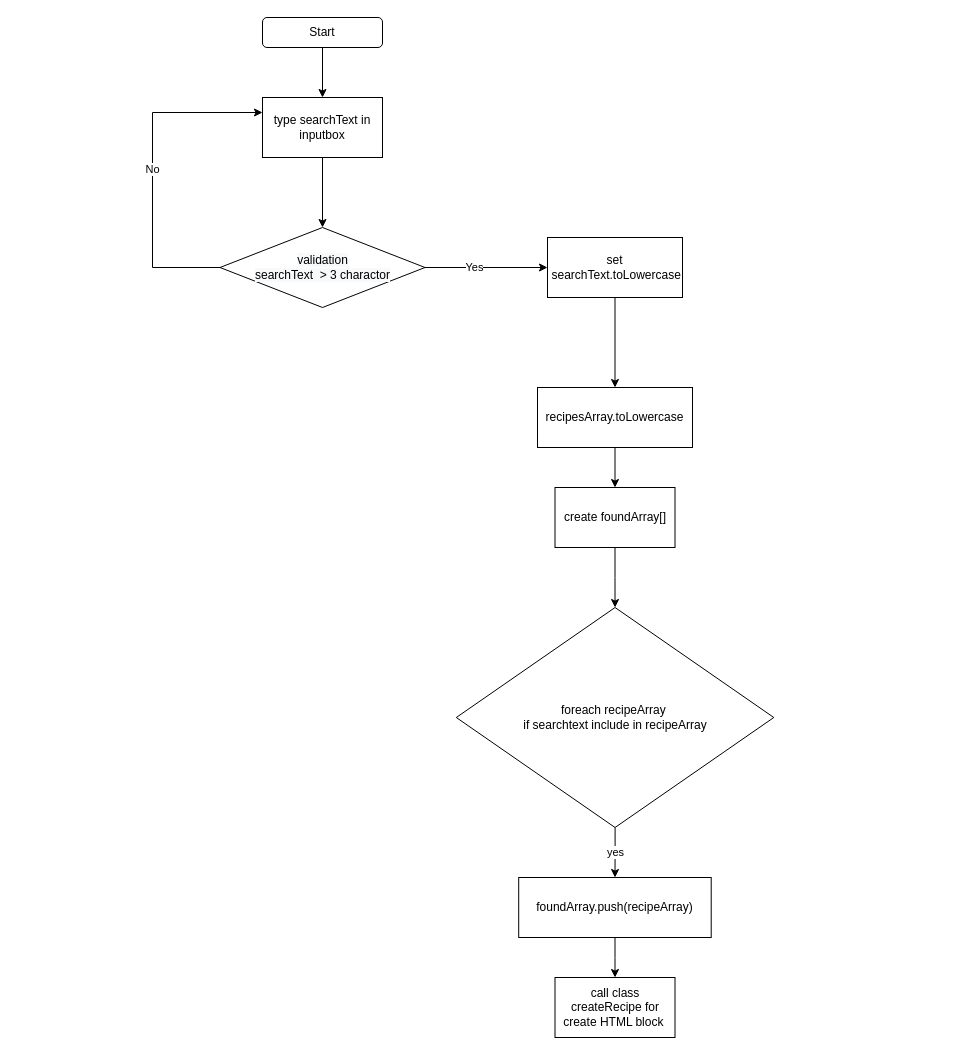
Before: algo1.drawio in Kunkanya/KunkanyaRemmer_7_06052021, a draw.io diagram. Source tidied: cells renumbered, new cells numbered last; positions are measured from the earlier drawing's top-left corner, leaving out a move shared by most shapes. Both pictures are drawn from the tidied source at 100%, with x=0, y=0 at pixel (152, 17).
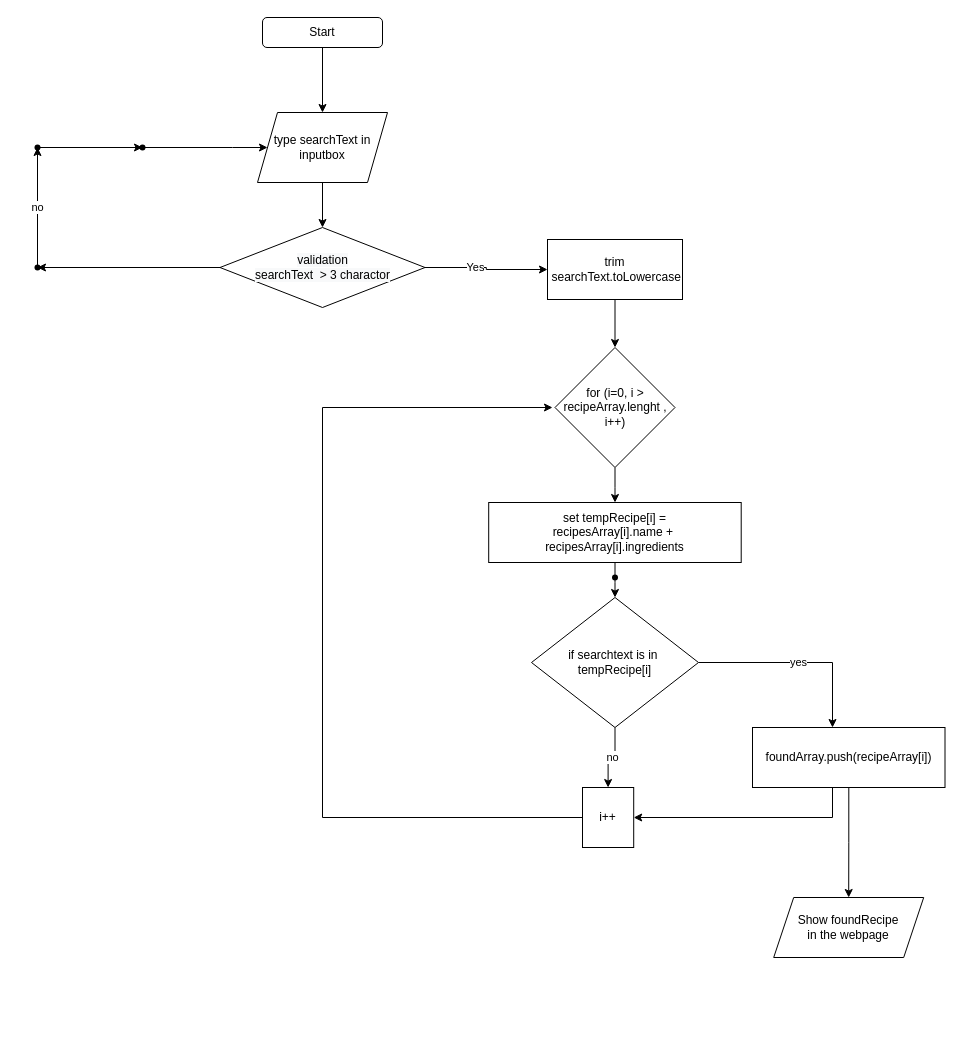
After the change.

Commit message (it also covers changes not shown here):
V12: update function search for Algo1

Unchanged cells that the change refers to:
```xml
<mxCell id="9" value="&lt;span style=&quot;color: rgb(0 , 0 , 0) ; font-family: &amp;#34;helvetica&amp;#34; ; font-size: 12px ; font-style: normal ; font-weight: 400 ; letter-spacing: normal ; text-align: center ; text-indent: 0px ; text-transform: none ; word-spacing: 0px ; background-color: rgb(248 , 249 , 250) ; display: inline ; float: none&quot;&gt;validation&lt;/span&gt;&lt;br style=&quot;color: rgb(0 , 0 , 0) ; font-family: &amp;#34;helvetica&amp;#34; ; font-size: 12px ; font-style: normal ; font-weight: 400 ; letter-spacing: normal ; text-align: center ; text-indent: 0px ; text-transform: none ; word-spacing: 0px ; background-color: rgb(248 , 249 , 250)&quot;&gt;&lt;span style=&quot;color: rgb(0 , 0 , 0) ; font-family: &amp;#34;helvetica&amp;#34; ; font-size: 12px ; font-style: normal ; font-weight: 400 ; letter-spacing: normal ; text-align: center ; text-indent: 0px ; text-transform: none ; word-spacing: 0px ; background-color: rgb(248 , 249 , 250) ; display: inline ; float: none&quot;&gt;searchText&amp;nbsp; &amp;gt; 3 charactor&lt;/span&gt;" style="rhombus;whiteSpace=wrap;html=1;" parent="1" vertex="1">
  <mxGeometry x="67.5" y="210" width="205" height="80" as="geometry" />
</mxCell>
```

Diff of the diagram source:
```diff
@@
-    <mxCell id="4" style="edgeStyle=orthogonalEdgeStyle;rounded=0;jettySize=auto;html=1;entryX=0.5;entryY=0;entryDx=0;entryDy=0;" parent="1" edge="1" source="5" target="9">
+    <mxCell id="4" style="edgeStyle=orthogonalEdgeStyle;rounded=0;jettySize=auto;html=1;entryX=0.5;entryY=0;entryDx=0;entryDy=0;startArrow=none;" parent="1" edge="1" source="5" target="9">
       <mxGeometry relative="1" as="geometry" />
     </mxCell>
-    <mxCell id="5" value="type searchText in inputbox" style="rounded=0;whiteSpace=wrap;html=1;" parent="1" vertex="1">
-      <mxGeometry x="110" y="80" width="120" height="60" as="geometry" />
-    </mxCell>
@@
-    <mxCell id="8" value="No" style="edgeStyle=orthogonalEdgeStyle;rounded=0;jettySize=auto;html=1;entryX=0;entryY=0.25;entryDx=0;entryDy=0;" parent="1" edge="1" source="9" target="5">
-      <mxGeometry relative="1" as="geometry">
-        <Array as="points">
-          <mxPoint y="250" />
-          <mxPoint y="95" />
-        </Array>
-      </mxGeometry>
-    </mxCell>
+    <mxCell id="21" style="edgeStyle=orthogonalEdgeStyle;rounded=0;jettySize=auto;html=1;" parent="1" edge="1" source="9" target="28">
+      <mxGeometry relative="1" as="geometry" />
+    </mxCell>
@@
-    <mxCell id="10" style="edgeStyle=orthogonalEdgeStyle;rounded=0;jettySize=auto;html=1;" parent="1" edge="1" source="11" target="13">
-      <mxGeometry relative="1" as="geometry" />
-    </mxCell>
+    <mxCell id="22" style="edgeStyle=orthogonalEdgeStyle;rounded=0;jettySize=auto;html=1;" parent="1" edge="1" source="11" target="15">
+      <mxGeometry relative="1" as="geometry" />
+    </mxCell>
-    <mxCell id="11" value="set&lt;br&gt;&amp;nbsp;searchText.toLowercase" style="whiteSpace=wrap;html=1;" parent="1" vertex="1">
-      <mxGeometry x="395" y="220" width="135" height="60" as="geometry" />
+    <mxCell id="11" value="trim&lt;br&gt;&amp;nbsp;searchText.toLowercase" style="whiteSpace=wrap;html=1;" parent="1" vertex="1">
+      <mxGeometry x="395" y="222" width="135" height="60" as="geometry" />
     </mxCell>
-    <mxCell id="12" style="edgeStyle=orthogonalEdgeStyle;rounded=0;jettySize=auto;html=1;entryX=0.5;entryY=0;entryDx=0;entryDy=0;" parent="1" edge="1" source="13" target="17">
-      <mxGeometry relative="1" as="geometry" />
-    </mxCell>
+    <mxCell id="23" style="edgeStyle=orthogonalEdgeStyle;rounded=0;jettySize=auto;html=1;" parent="1" edge="1" source="13" target="34">
+      <mxGeometry relative="1" as="geometry" />
+    </mxCell>
-    <mxCell id="13" value="recipesArray.toLowercase" style="rounded=0;whiteSpace=wrap;html=1;" parent="1" vertex="1">
-      <mxGeometry x="385" y="370" width="155" height="60" as="geometry" />
+    <mxCell id="13" value="set tempRecipe[i] = &lt;br&gt;recipesArray[i].name +&amp;nbsp;&lt;br&gt;recipesArray[i].ingredients" style="rounded=0;whiteSpace=wrap;html=1;" parent="1" vertex="1">
+      <mxGeometry x="336.2" y="485" width="252.5" height="60" as="geometry" />
     </mxCell>
+    <mxCell id="24" style="edgeStyle=orthogonalEdgeStyle;rounded=0;jettySize=auto;html=1;" parent="1" edge="1" source="15" target="13">
+      <mxGeometry relative="1" as="geometry" />
+    </mxCell>
+    <mxCell id="15" value="for (i=0, i &amp;gt; recipeArray.lenght , i++)&lt;br&gt;" style="rhombus;whiteSpace=wrap;html=1;rounded=0;" parent="1" vertex="1">
+      <mxGeometry x="402.5" y="330" width="120" height="120" as="geometry" />
+    </mxCell>
+    <mxCell id="25" style="edgeStyle=orthogonalEdgeStyle;rounded=0;jettySize=auto;html=1;entryX=1;entryY=0.5;entryDx=0;entryDy=0;" parent="1" edge="1" source="19" target="36">
+      <mxGeometry relative="1" as="geometry">
+        <Array as="points">
+          <mxPoint x="680" y="800" />
+        </Array>
+      </mxGeometry>
+    </mxCell>
+    <mxCell id="26" style="edgeStyle=orthogonalEdgeStyle;rounded=0;jettySize=auto;html=1;" parent="1" edge="1" source="19" target="38">
+      <mxGeometry relative="1" as="geometry" />
+    </mxCell>
+    <mxCell id="19" value="foundArray.push(recipeArray[i])" style="whiteSpace=wrap;html=1;rounded=0;" parent="1" vertex="1">
+      <mxGeometry x="600" y="710" width="192.5" height="60" as="geometry" />
+    </mxCell>
+    <mxCell id="5" value="&lt;span&gt;type searchText in inputbox&lt;/span&gt;" style="shape=parallelogram;perimeter=parallelogramPerimeter;whiteSpace=wrap;html=1;fixedSize=1;size=20;" parent="1" vertex="1">
+      <mxGeometry x="105" y="95" width="130" height="70" as="geometry" />
+    </mxCell>
+    <mxCell id="27" value="no" style="edgeStyle=orthogonalEdgeStyle;rounded=0;jettySize=auto;html=1;" parent="1" edge="1" source="28" target="30">
+      <mxGeometry relative="1" as="geometry" />
+    </mxCell>
+    <mxCell id="28" style="shape=waypoint;size=6;points=[];fillColor=rgba(255, 255, 255, 1);perimeter=centerPerimeter;snapToPoint=1;" parent="1" vertex="1">
+      <mxGeometry x="-135" y="230" width="40" height="40" as="geometry" />
+    </mxCell>
+    <mxCell id="29" style="edgeStyle=orthogonalEdgeStyle;rounded=0;jettySize=auto;html=1;" parent="1" edge="1" source="30" target="32">
+      <mxGeometry relative="1" as="geometry" />
+    </mxCell>
+    <mxCell id="30" style="shape=waypoint;size=6;points=[];fillColor=rgba(255, 255, 255, 1);perimeter=centerPerimeter;snapToPoint=1;" parent="1" vertex="1">
+      <mxGeometry x="-135" y="110" width="40" height="40" as="geometry" />
+    </mxCell>
+    <mxCell id="31" style="edgeStyle=orthogonalEdgeStyle;rounded=0;jettySize=auto;html=1;" parent="1" edge="1" source="32" target="5">
+      <mxGeometry relative="1" as="geometry">
+        <Array as="points">
+          <mxPoint x="80" y="130" />
+          <mxPoint x="80" y="130" />
+        </Array>
+      </mxGeometry>
+    </mxCell>
+    <mxCell id="32" style="shape=waypoint;size=6;points=[];fillColor=rgba(255, 255, 255, 1);perimeter=centerPerimeter;snapToPoint=1;" parent="1" vertex="1">
+      <mxGeometry x="-30" y="110" width="40" height="40" as="geometry" />
+    </mxCell>
-    <mxCell id="14" value="yes" style="edgeStyle=orthogonalEdgeStyle;rounded=0;jettySize=auto;html=1;" parent="1" edge="1" source="15" target="19">
-      <mxGeometry relative="1" as="geometry" />
+    <mxCell id="14" value="yes" style="edgeStyle=orthogonalEdgeStyle;rounded=0;jettySize=auto;html=1;" parent="1" edge="1" source="34" target="19">
+      <mxGeometry relative="1" as="geometry">
+        <Array as="points">
+          <mxPoint x="680" y="645" />
+        </Array>
+      </mxGeometry>
     </mxCell>
-    <mxCell id="15" value="foreach recipeArray&amp;nbsp;&lt;br&gt;if searchtext include in recipeArray" style="rhombus;whiteSpace=wrap;html=1;rounded=0;" parent="1" vertex="1">
-      <mxGeometry x="303.8" y="590" width="317.5" height="220" as="geometry" />
-    </mxCell>
-    <mxCell id="16" style="edgeStyle=orthogonalEdgeStyle;rounded=0;jettySize=auto;html=1;exitX=0.5;exitY=1;exitDx=0;exitDy=0;entryX=0.5;entryY=0;entryDx=0;entryDy=0;" parent="1" edge="1" source="17" target="15">
-      <mxGeometry relative="1" as="geometry" />
-    </mxCell>
-    <mxCell id="17" value="create foundArray[]" style="whiteSpace=wrap;html=1;rounded=0;" parent="1" vertex="1">
-      <mxGeometry x="402.5" y="470" width="120" height="60" as="geometry" />
-    </mxCell>
-    <mxCell id="18" style="edgeStyle=orthogonalEdgeStyle;rounded=0;jettySize=auto;html=1;" parent="1" edge="1" source="19" target="20">
-      <mxGeometry relative="1" as="geometry" />
-    </mxCell>
-    <mxCell id="19" value="foundArray.push(recipeArray)" style="whiteSpace=wrap;html=1;rounded=0;" parent="1" vertex="1">
-      <mxGeometry x="366.2" y="860" width="192.5" height="60" as="geometry" />
-    </mxCell>
-    <mxCell id="20" value="call class createRecipe for create HTML block&amp;nbsp;" style="rounded=0;whiteSpace=wrap;html=1;" parent="1" vertex="1">
-      <mxGeometry x="402.5" y="960" width="120" height="60" as="geometry" />
-    </mxCell>
+    <mxCell id="33" value="no" style="edgeStyle=orthogonalEdgeStyle;rounded=0;jettySize=auto;html=1;" parent="1" edge="1" source="34" target="36">
+      <mxGeometry relative="1" as="geometry" />
+    </mxCell>
+    <mxCell id="34" value="&lt;span&gt;if searchtext is in&amp;nbsp;&lt;br&gt;tempRecipe[i]&lt;br&gt;&lt;/span&gt;" style="rhombus;whiteSpace=wrap;html=1;" parent="1" vertex="1">
+      <mxGeometry x="379" y="580" width="167" height="130" as="geometry" />
+    </mxCell>
+    <mxCell id="35" style="edgeStyle=orthogonalEdgeStyle;rounded=0;jettySize=auto;html=1;" parent="1" edge="1" source="36">
+      <mxGeometry relative="1" as="geometry">
+        <mxPoint x="400" y="390" as="targetPoint" />
+        <Array as="points">
+          <mxPoint x="170" y="800" />
+          <mxPoint x="170" y="390" />
+        </Array>
+      </mxGeometry>
+    </mxCell>
+    <mxCell id="36" value="i++" style="rounded=0;whiteSpace=wrap;html=1;" parent="1" vertex="1">
+      <mxGeometry x="430" y="770" width="51.2" height="60" as="geometry" />
+    </mxCell>
+    <mxCell id="37" style="shape=waypoint;size=6;fillColor=rgba(255, 255, 255, 1);perimeter=centerPerimeter;rounded=0;" parent="1" vertex="1">
+      <mxGeometry x="442.5" y="540" width="40" height="40" as="geometry" />
+    </mxCell>
+    <mxCell id="38" value="&lt;span&gt;Show foundRecipe&lt;/span&gt;&lt;br&gt;&lt;span&gt;in the webpage&lt;/span&gt;" style="shape=parallelogram;perimeter=parallelogramPerimeter;whiteSpace=wrap;html=1;fixedSize=1;" parent="1" vertex="1">
+      <mxGeometry x="621.2" y="880" width="150" height="60" as="geometry" />
+    </mxCell>
```
